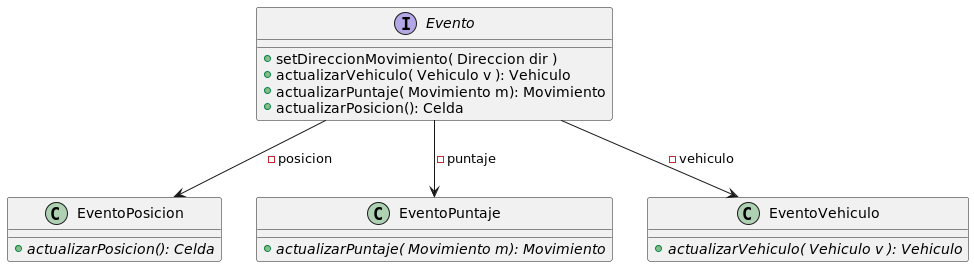
The PlantUML diagram diagrams/classes/img/Evento.png in rodrigovzq/algo3_tp2, before a commit.
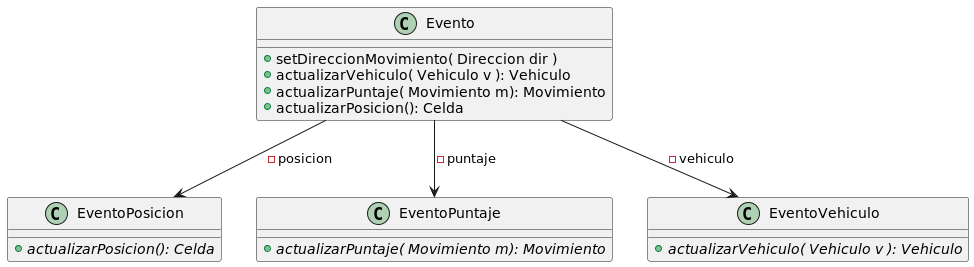
The same file after the commit.

Commit message:
Fix: clase no interfaz

The edit, as a diff of the source:
```diff
@@ -1,5 +1,5 @@
 @startuml(id=SINSUBCLASES)
-interface Evento{
+class Evento{
         + setDireccionMovimiento( Direccion dir )
         + actualizarVehiculo( Vehiculo v ): Vehiculo
         + actualizarPuntaje( Movimiento m): Movimiento
```
